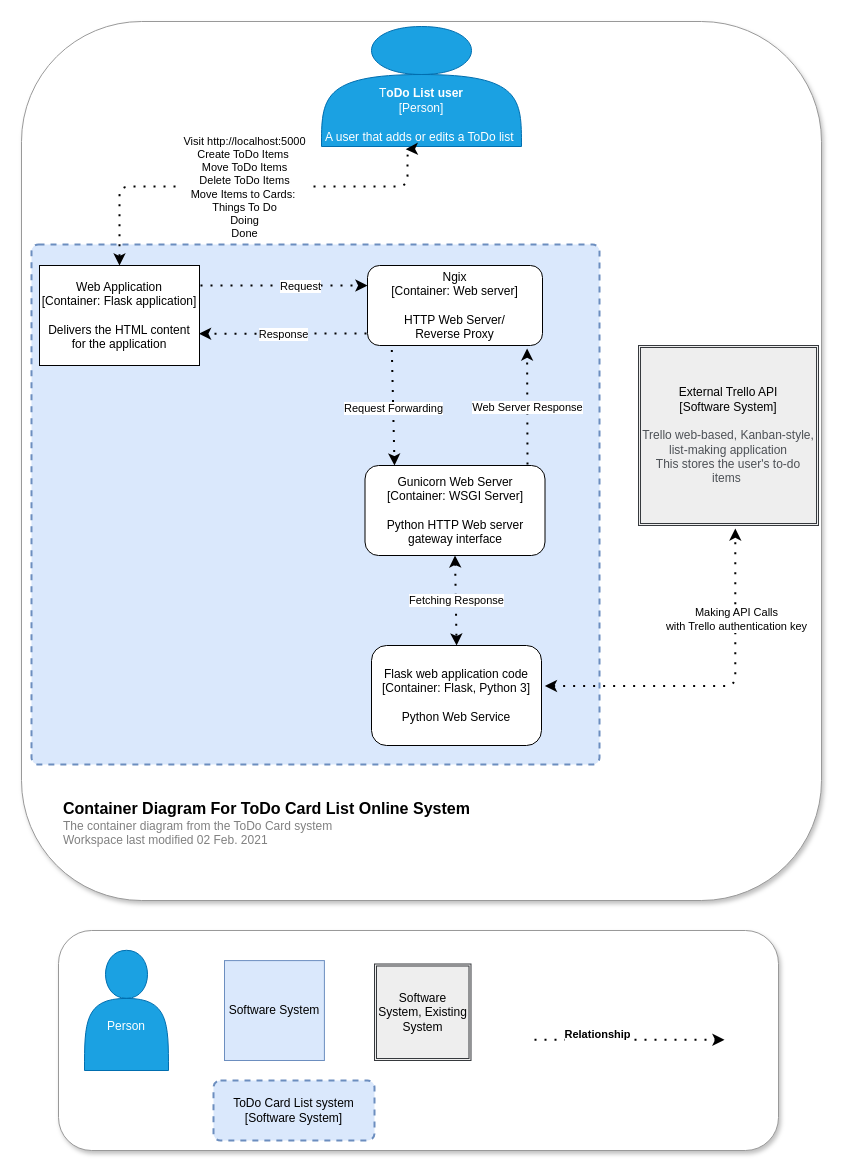
Earlier version of the draw.io diagram page "Container Diagram" (2 of 3) of documentation/ToDo_UML.drawio (LouisLon/DevOps-Course-Starter). Source tidied: cells renumbered, new cells numbered last; positions are measured from the earlier drawing's top-left corner, leaving out a move shared by most shapes. Both pictures are drawn from the tidied source at 100%, with x=0, y=0 at pixel (21, 21).
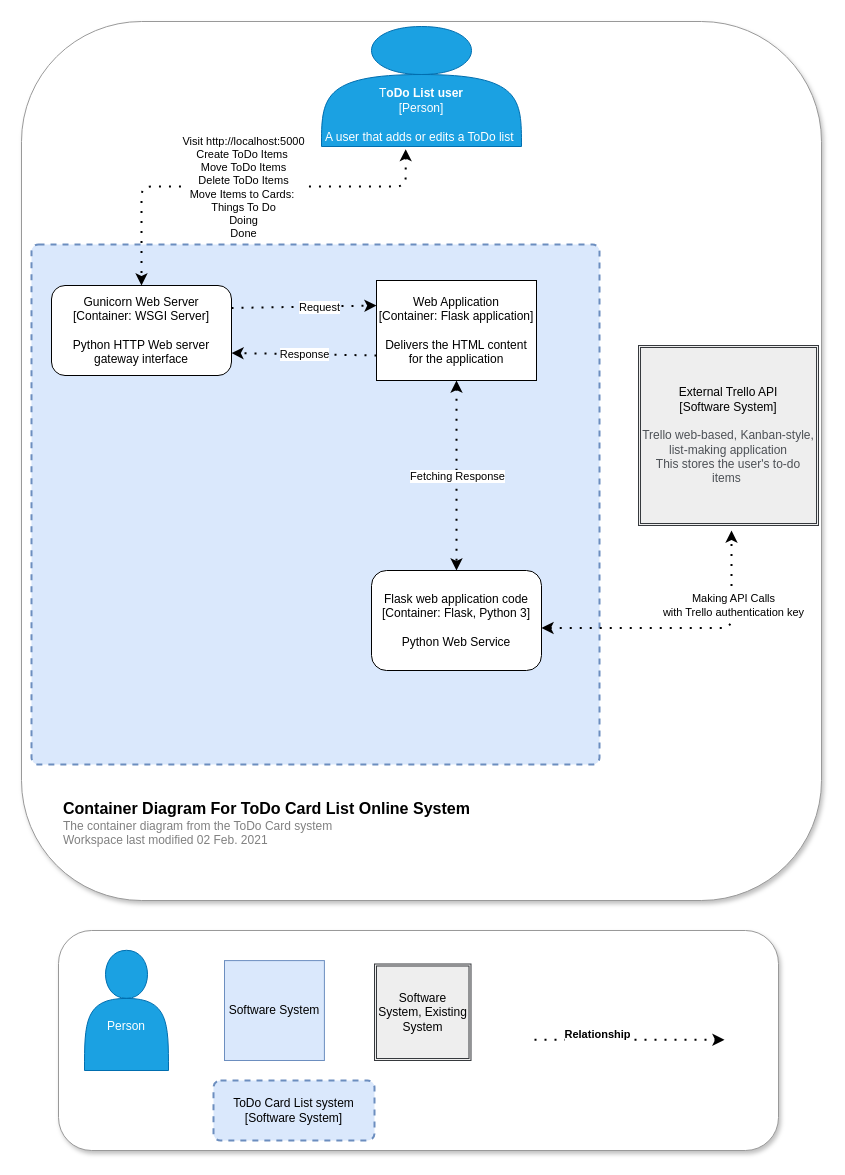
After the change.

The change refers to these unchanged cells:
```xml
<mxCell id="4" value="T&lt;b style=&quot;line-height: 80%&quot;&gt;oDo List user&lt;/b&gt;&lt;br&gt;[Person]&lt;br&gt;&lt;br&gt;A user that adds or edits a ToDo list&amp;nbsp;" style="shape=actor;whiteSpace=wrap;html=1;fillColor=#1ba1e2;strokeColor=#006EAF;fontColor=#ffffff;align=center;verticalAlign=bottom;" parent="1" vertex="1">
  <mxGeometry x="300" y="5" width="200" height="120" as="geometry" />
</mxCell>
```

Change to the diagram source:
```diff
@@
-    <mxCell id="6" value="Flask web application code&lt;br&gt;[Container: Flask, Python 3]&lt;br&gt;&lt;br&gt;Python Web Service" style="rounded=1;whiteSpace=wrap;html=1;align=center;" parent="1" vertex="1">
-      <mxGeometry x="350" y="624" width="170" height="100" as="geometry" />
-    </mxCell>
     <mxCell id="7" value="Gunicorn Web Server&lt;br&gt;[Container: WSGI Server]&lt;br&gt;&lt;br&gt;Python HTTP Web server gateway interface" style="rounded=1;whiteSpace=wrap;html=1;align=center;" parent="1" vertex="1">
-      <mxGeometry x="343.5" y="444" width="180" height="90" as="geometry" />
+      <mxGeometry x="30" y="264" width="180" height="90" as="geometry" />
     </mxCell>
-    <mxCell id="8" value="Ngix&lt;br&gt;[Container: Web server]&lt;br&gt;&lt;br&gt;HTTP Web Server/&lt;br&gt;Reverse Proxy" style="rounded=1;whiteSpace=wrap;html=1;align=center;" parent="1" vertex="1">
-      <mxGeometry x="346" y="244" width="175" height="80" as="geometry" />
-    </mxCell>
-    <mxCell id="9" style="endArrow=classic;html=1;dashed=1;dashPattern=1 4;strokeWidth=2;exitX=0.139;exitY=1.057;exitDx=0;exitDy=0;exitPerimeter=0;" parent="1" edge="1" source="8">
-      <mxGeometry relative="1" as="geometry">
-        <mxPoint x="373" y="444" as="targetPoint" />
-      </mxGeometry>
-    </mxCell>
-    <mxCell id="10" value="Request Forwarding" style="edgeLabel;html=1;align=center;verticalAlign=middle;" parent="9" vertex="1">
-      <mxGeometry relative="1" as="geometry" />
-    </mxCell>
-    <mxCell id="11" style="endArrow=classic;html=1;dashed=1;dashPattern=1 4;strokeWidth=2;entryX=0.912;entryY=1.037;entryDx=0;entryDy=0;entryPerimeter=0;" parent="1" edge="1" target="8">
-      <mxGeometry relative="1" as="geometry">
-        <mxPoint x="506" y="443" as="sourcePoint" />
-      </mxGeometry>
-    </mxCell>
-    <mxCell id="12" value="Web Server Response" style="edgeLabel;html=1;align=center;verticalAlign=middle;" parent="11" vertex="1">
-      <mxGeometry relative="1" as="geometry" />
-    </mxCell>
-    <mxCell id="13" style="endArrow=classic;html=1;dashed=1;dashPattern=1 4;strokeWidth=2;exitX=0.5;exitY=1;exitDx=0;exitDy=0;exitPerimeter=0;startArrow=classic;startFill=1;" parent="1" edge="1" source="7">
+    <mxCell id="13" style="endArrow=classic;html=1;dashed=1;dashPattern=1 4;strokeWidth=2;exitX=0.5;exitY=1;exitDx=0;exitDy=0;exitPerimeter=0;startArrow=classic;startFill=1;" parent="1" edge="1" source="6">
       <mxGeometry relative="1" as="geometry">
         <mxPoint x="435.1" y="624" as="targetPoint" />
       </mxGeometry>
     </mxCell>
@@
-    <mxCell id="15" style="endArrow=classic;html=1;dashed=1;dashPattern=1 4;strokeWidth=2;" parent="1" edge="1">
-      <mxGeometry relative="1" as="geometry">
-        <mxPoint x="179" y="264" as="sourcePoint" />
-        <mxPoint x="346" y="264" as="targetPoint" />
-      </mxGeometry>
+    <mxCell id="15" style="endArrow=classic;html=1;dashed=1;dashPattern=1 4;strokeWidth=2;exitX=1;exitY=0.25;exitDx=0;exitDy=0;entryX=0;entryY=0.25;entryDx=0;entryDy=0;" parent="1" edge="1" source="7" target="19">
+      <mxGeometry relative="1" as="geometry" />
     </mxCell>
@@
-    <mxCell id="17" style="endArrow=classic;html=1;dashed=1;dashPattern=1 4;strokeWidth=2;" parent="1" edge="1" source="19">
-      <mxGeometry relative="1" as="geometry">
-        <mxPoint x="98" y="294" as="targetPoint" />
-      </mxGeometry>
+    <mxCell id="17" style="endArrow=classic;html=1;dashed=1;dashPattern=1 4;strokeWidth=2;entryX=1;entryY=0.75;entryDx=0;entryDy=0;exitX=0;exitY=0.75;exitDx=0;exitDy=0;" parent="1" edge="1" source="19" target="7">
+      <mxGeometry relative="1" as="geometry" />
     </mxCell>
@@
     <mxCell id="19" value="Web Application&lt;br&gt;[Container: Flask application]&lt;br&gt;&lt;br&gt;Delivers the HTML content for the application" style="rounded=0;whiteSpace=wrap;html=1;align=center;" parent="1" vertex="1">
-      <mxGeometry x="18" y="244" width="160" height="100" as="geometry" />
+      <mxGeometry x="355" y="259" width="160" height="100" as="geometry" />
     </mxCell>
-    <mxCell id="20" style="endArrow=classic;html=1;dashed=1;dashPattern=1 4;strokeWidth=2;entryX=0.997;entryY=0.682;entryDx=0;entryDy=0;entryPerimeter=0;" parent="1" edge="1" target="19">
-      <mxGeometry relative="1" as="geometry">
-        <mxPoint x="345" y="312" as="sourcePoint" />
-      </mxGeometry>
-    </mxCell>
-    <mxCell id="21" value="Response" style="edgeLabel;html=1;align=center;verticalAlign=middle;" parent="20" vertex="1">
-      <mxGeometry relative="1" as="geometry" />
-    </mxCell>
-    <mxCell id="22" style="endArrow=classic;html=1;dashed=1;dashPattern=1 4;strokeWidth=2;entryX=0.5;entryY=0;entryDx=0;entryDy=0;exitX=0.421;exitY=1.022;exitDx=0;exitDy=0;startArrow=classic;startFill=1;exitPerimeter=0;edgeStyle=orthogonalEdgeStyle;" parent="1" edge="1" source="4" target="19">
+    <mxCell id="22" style="endArrow=classic;html=1;dashed=1;dashPattern=1 4;strokeWidth=2;entryX=0.5;entryY=0;entryDx=0;entryDy=0;exitX=0.421;exitY=1.022;exitDx=0;exitDy=0;startArrow=classic;startFill=1;exitPerimeter=0;edgeStyle=orthogonalEdgeStyle;" parent="1" edge="1" source="4" target="7">
       <mxGeometry relative="1" as="geometry">
         <Array as="points">
-          <mxPoint x="386" y="165" />
-          <mxPoint x="98" y="165" />
+          <mxPoint x="384" y="165" />
+          <mxPoint x="120" y="165" />
         </Array>
       </mxGeometry>
     </mxCell>
@@
-    <mxCell id="24" style="endArrow=classic;html=1;dashed=1;dashPattern=1 4;strokeWidth=2;startArrow=classic;startFill=1;edgeStyle=orthogonalEdgeStyle;entryX=0.449;entryY=1.016;entryDx=0;entryDy=0;entryPerimeter=0;exitX=1.032;exitY=0.404;exitDx=0;exitDy=0;exitPerimeter=0;" parent="1" edge="1">
+    <mxCell id="24" style="endArrow=classic;html=1;dashed=1;dashPattern=1 4;strokeWidth=2;startArrow=classic;startFill=1;edgeStyle=orthogonalEdgeStyle;exitX=1.032;exitY=0.404;exitDx=0;exitDy=0;exitPerimeter=0;" parent="1" edge="1">
       <mxGeometry relative="1" as="geometry">
-        <mxPoint x="523.4" y="664.4" as="sourcePoint" />
-        <mxPoint x="713.8" y="506.9" as="targetPoint" />
+        <mxPoint x="520" y="606.5" as="sourcePoint" />
+        <mxPoint x="710" y="509" as="targetPoint" />
         <Array as="points">
-          <mxPoint x="714" y="664" />
+          <mxPoint x="710.6" y="606.1" />
         </Array>
       </mxGeometry>
     </mxCell>
@@
+    <mxCell id="6" value="Flask web application code&lt;br&gt;[Container: Flask, Python 3]&lt;br&gt;&lt;br&gt;Python Web Service" style="rounded=1;whiteSpace=wrap;html=1;align=center;" parent="1" vertex="1">
+      <mxGeometry x="350" y="549" width="170" height="100" as="geometry" />
+    </mxCell>
+    <mxCell id="34" style="endArrow=classic;html=1;dashed=1;dashPattern=1 4;strokeWidth=2;exitX=0.5;exitY=1;exitDx=0;exitDy=0;startArrow=classic;startFill=1;" parent="1" edge="1" source="19" target="6">
+      <mxGeometry relative="1" as="geometry" />
+    </mxCell>
+    <mxCell id="35" value="Fetching Response" style="edgeLabel;html=1;align=center;verticalAlign=middle;" parent="34" vertex="1">
+      <mxGeometry relative="1" as="geometry" />
+    </mxCell>
```
